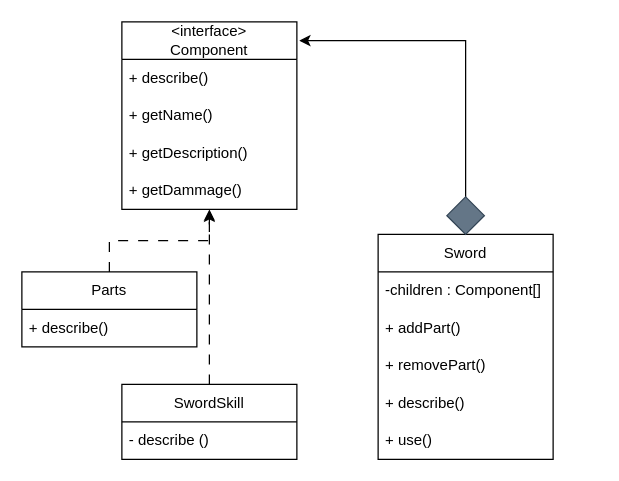
JhonatanLop/Bertoti keeps this draw.io diagram as padroes/composite/pattern/composite.drawio. Above is the earlier version. Source tidied: cells renumbered, new cells numbered last; positions are measured from the earlier drawing's top-left corner, leaving out a move shared by most shapes. Both pictures are drawn from the tidied source at 125%, with x=0, y=0 at pixel (21, 21).
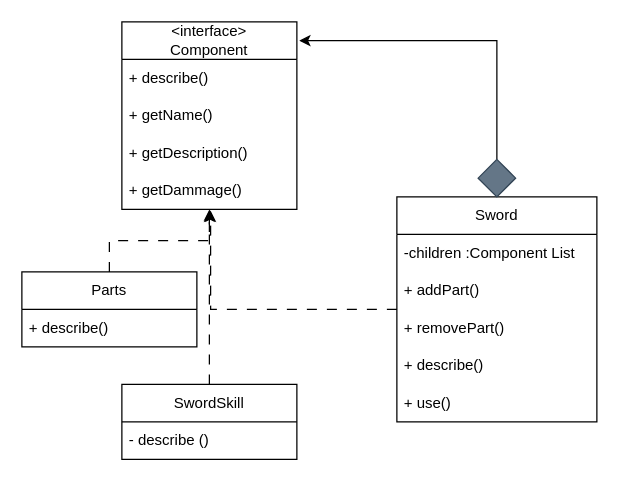
After the change.

Unchanged cells that the change refers to:
```xml
<mxCell id="6" value="+ getDammage()" style="text;strokeColor=none;fillColor=none;align=left;verticalAlign=middle;spacingLeft=4;spacingRight=4;overflow=hidden;points=[[0,0.5],[1,0.5]];portConstraint=eastwest;whiteSpace=wrap;html=1;" parent="2" vertex="1">
  <mxGeometry y="120" width="140" height="30" as="geometry" />
</mxCell>
```

Diff of the diagram source:
```diff
@@
     <mxCell id="7" value="Sword" style="swimlane;fontStyle=0;horizontal=1;startSize=30;whiteSpace=wrap;html=1;" parent="1" vertex="1">
-      <mxGeometry x="285" y="170" width="140" height="180" as="geometry" />
+      <mxGeometry x="300" y="140" width="160" height="180" as="geometry" />
     </mxCell>
-    <mxCell id="8" value="-children : Component[]" style="text;strokeColor=none;fillColor=none;align=left;verticalAlign=middle;spacingLeft=4;spacingRight=4;overflow=hidden;whiteSpace=wrap;html=1;" parent="7" vertex="1">
-      <mxGeometry y="30" width="140" height="30" as="geometry" />
+    <mxCell id="8" value="-children :Component List" style="text;strokeColor=none;fillColor=none;align=left;verticalAlign=middle;spacingLeft=4;spacingRight=4;overflow=hidden;whiteSpace=wrap;html=1;" parent="7" vertex="1">
+      <mxGeometry y="30" width="160" height="30" as="geometry" />
     </mxCell>
     <mxCell id="9" value="+ addPart()" style="text;strokeColor=none;fillColor=none;align=left;verticalAlign=middle;spacingLeft=4;spacingRight=4;overflow=hidden;whiteSpace=wrap;html=1;" parent="7" vertex="1">
-      <mxGeometry y="60" width="140" height="30" as="geometry" />
+      <mxGeometry y="60" width="160" height="30" as="geometry" />
     </mxCell>
     <mxCell id="10" value="&lt;div&gt;+ removePart()&lt;/div&gt;" style="text;strokeColor=none;fillColor=none;align=left;verticalAlign=middle;spacingLeft=4;spacingRight=4;overflow=hidden;whiteSpace=wrap;html=1;" parent="7" vertex="1">
-      <mxGeometry y="90" width="140" height="30" as="geometry" />
+      <mxGeometry y="90" width="160" height="30" as="geometry" />
     </mxCell>
     <mxCell id="11" value="+ describe()" style="text;strokeColor=none;fillColor=none;align=left;verticalAlign=middle;spacingLeft=4;spacingRight=4;overflow=hidden;whiteSpace=wrap;html=1;" parent="7" vertex="1">
-      <mxGeometry y="120" width="140" height="30" as="geometry" />
+      <mxGeometry y="120" width="160" height="30" as="geometry" />
     </mxCell>
     <mxCell id="12" value="+ use()" style="text;strokeColor=none;fillColor=none;align=left;verticalAlign=middle;spacingLeft=4;spacingRight=4;overflow=hidden;whiteSpace=wrap;html=1;" parent="7" vertex="1">
-      <mxGeometry y="150" width="140" height="30" as="geometry" />
+      <mxGeometry y="150" width="160" height="30" as="geometry" />
     </mxCell>
@@
     <mxCell id="14" style="rhombus;whiteSpace=wrap;html=1;fillColor=#647687;strokeColor=#314354;fontColor=#ffffff;" parent="1" vertex="1">
-      <mxGeometry x="340" y="140" width="30" height="30" as="geometry" />
+      <mxGeometry x="365" y="110" width="30" height="30" as="geometry" />
     </mxCell>
@@
+    <mxCell id="21" style="edgeStyle=orthogonalEdgeStyle;rounded=0;jettySize=auto;html=1;entryX=0.507;entryY=1.033;entryDx=0;entryDy=0;entryPerimeter=0;dashed=1;dashPattern=8 8;" parent="1" edge="1" source="7" target="6">
+      <mxGeometry relative="1" as="geometry" />
+    </mxCell>
```
